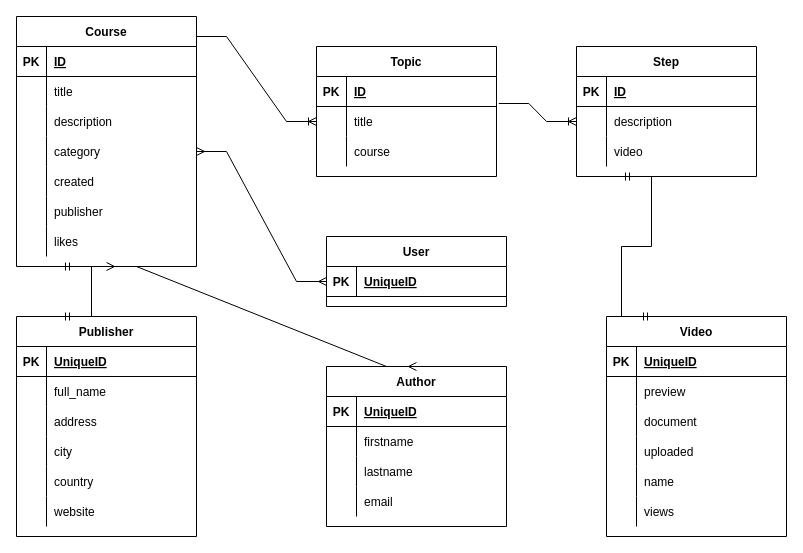
Before: educationalPlatform/Untitled Diagram.drawio in Kambar-ZH/Django_Dev, a draw.io diagram. Source tidied: cells renumbered, new cells numbered last; positions are measured from the earlier drawing's top-left corner, leaving out a move shared by most shapes. Both pictures are drawn from the tidied source at 100%, with x=0, y=0 at pixel (16, 16).
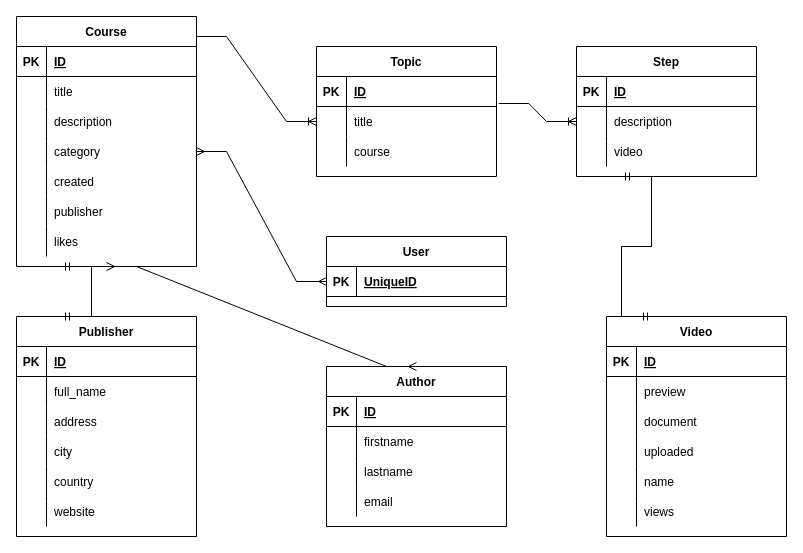
Above is the later version.

Unchanged cells that the change refers to:
```xml
<mxCell id="45" style="shape=tableRow;horizontal=0;startSize=0;swimlaneHead=0;swimlaneBody=0;fillColor=none;top=0;left=0;right=0;bottom=1;" parent="44" vertex="1">
  <mxGeometry y="30" width="180" height="30" as="geometry" />
</mxCell>
<mxCell id="64" style="shape=tableRow;horizontal=0;startSize=0;swimlaneHead=0;swimlaneBody=0;fillColor=none;top=0;left=0;right=0;bottom=1;" parent="63" vertex="1">
  <mxGeometry y="30" width="180" height="30" as="geometry" />
</mxCell>
<mxCell id="77" style="shape=tableRow;horizontal=0;startSize=0;swimlaneHead=0;swimlaneBody=0;fillColor=none;top=0;left=0;right=0;bottom=1;" parent="76" vertex="1">
  <mxGeometry y="30" width="180" height="30" as="geometry" />
</mxCell>
```

What changed in the source:
```diff
@@
-    <mxCell id="47" value="UniqueID" style="shape=partialRectangle;fillColor=none;top=0;left=0;bottom=0;right=0;align=left;spacingLeft=6;fontStyle=5;overflow=hidden;" parent="45" vertex="1">
+    <mxCell id="47" value="ID" style="shape=partialRectangle;fillColor=none;top=0;left=0;bottom=0;right=0;align=left;spacingLeft=6;fontStyle=5;overflow=hidden;" parent="45" vertex="1">
       <mxGeometry x="30" width="150" height="30" as="geometry" />
     </mxCell>
@@
-    <mxCell id="66" value="UniqueID" style="shape=partialRectangle;fillColor=none;top=0;left=0;bottom=0;right=0;align=left;spacingLeft=6;fontStyle=5;overflow=hidden;" parent="64" vertex="1">
+    <mxCell id="66" value="ID" style="shape=partialRectangle;fillColor=none;top=0;left=0;bottom=0;right=0;align=left;spacingLeft=6;fontStyle=5;overflow=hidden;" parent="64" vertex="1">
       <mxGeometry x="30" width="150" height="30" as="geometry" />
     </mxCell>
@@
-    <mxCell id="79" value="UniqueID" style="shape=partialRectangle;fillColor=none;top=0;left=0;bottom=0;right=0;align=left;spacingLeft=6;fontStyle=5;overflow=hidden;" parent="77" vertex="1">
+    <mxCell id="79" value="ID" style="shape=partialRectangle;fillColor=none;top=0;left=0;bottom=0;right=0;align=left;spacingLeft=6;fontStyle=5;overflow=hidden;" parent="77" vertex="1">
       <mxGeometry x="30" width="150" height="30" as="geometry" />
     </mxCell>
```
